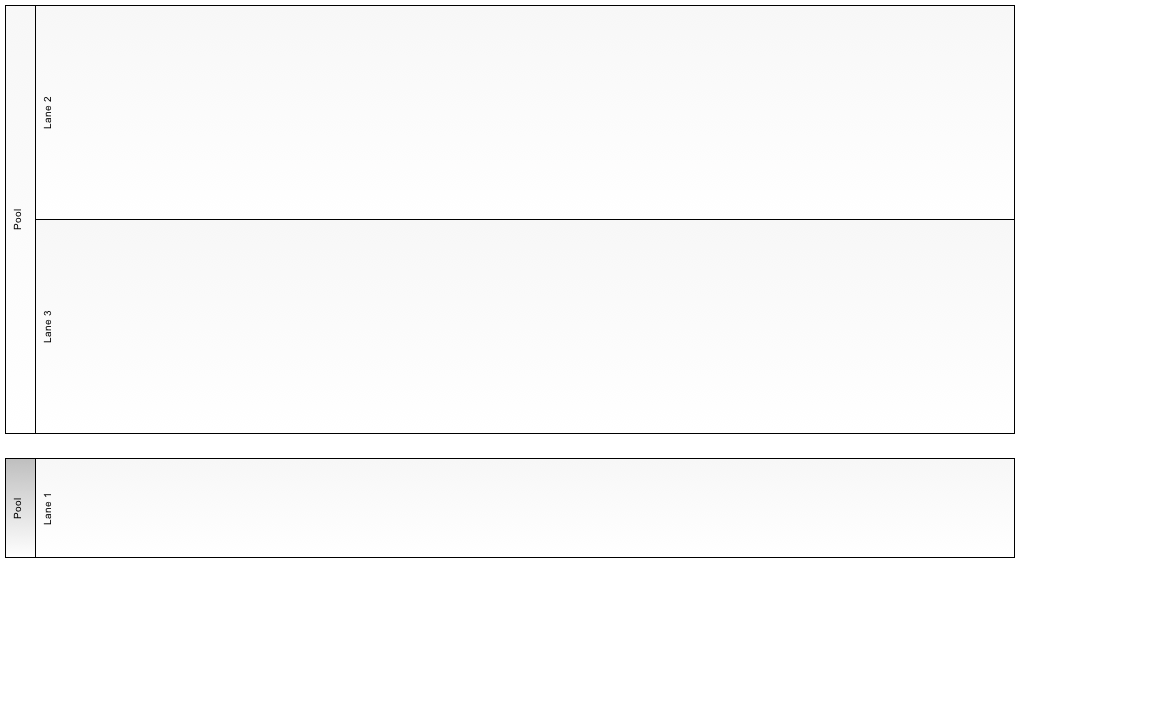
gheddie/bpmn20_examples keeps this BPMN diagram as change-process/src/main/resources/ChangeProcess.png. Above is the earlier version. Its source is kept beside it as change-process/src/main/resources/ChangeProcess.bpmn. Ids are renumbered.
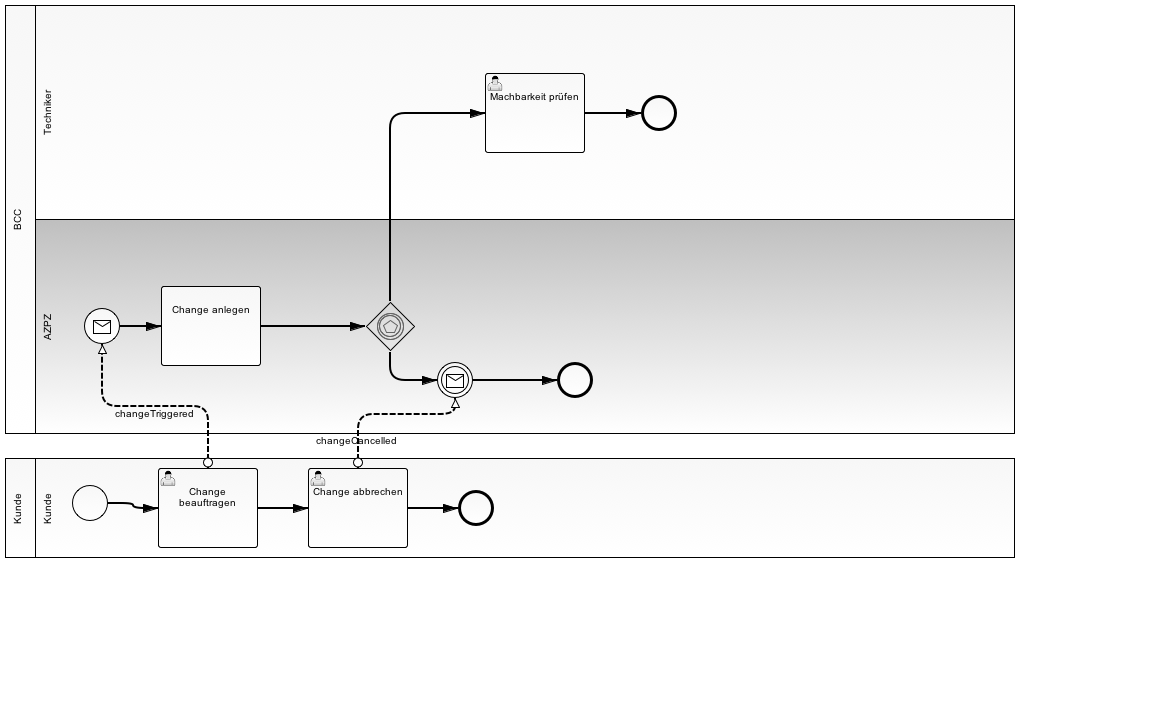
After the change.

Commit message:
first mockup of change process

What changed in the source:
```diff
@@ -1,19 +1,88 @@
-<bpmn2:definitions xmlns:xsi="http://www.w3.org/2001/XMLSchema-instance" xmlns:bpmn2="http://www.omg.org/spec/BPMN/20100524/MODEL" xmlns:bpmndi="http://www.omg.org/spec/BPMN/20100524/DI" xmlns:dc="http://www.omg.org/spec/DD/20100524/DC" xsi:schemaLocation="http://www.omg.org/spec/BPMN/20100524/MODEL BPMN20.xsd" id="_So1zEHVZEeOqS5fwk-ZFLQ" targetNamespace="http://activiti.org/bpmn">
+<bpmn2:definitions xmlns:xsi="http://www.w3.org/2001/XMLSchema-instance" xmlns:bpmn2="http://www.omg.org/spec/BPMN/20100524/MODEL" xmlns:bpmndi="http://www.omg.org/spec/BPMN/20100524/DI" xmlns:dc="http://www.omg.org/spec/DD/20100524/DC" xmlns:di="http://www.omg.org/spec/DD/20100524/DI" xsi:schemaLocation="http://www.omg.org/spec/BPMN/20100524/MODEL BPMN20.xsd" id="_So1zEHVZEeOqS5fwk-ZFLQ" targetNamespace="http://activiti.org/bpmn">
   <bpmn2:collaboration id="_Collaboration_3">
-    <bpmn2:participant id="_Participant_3" name="Pool" processRef="Process_1"/>
-    <bpmn2:participant id="Participant_1" name="Pool" processRef="Process_2"/>
+    <bpmn2:participant id="_Participant_3" name="BCC" processRef="changeFirmProcess"/>
+    <bpmn2:participant id="Participant_1" name="Kunde" processRef="changeCustomerProcess"/>
+    <bpmn2:messageFlow id="MessageFlow_1" name="changeTriggered" sourceRef="UserTask_1" targetRef="StartEvent_2"/>
+    <bpmn2:messageFlow id="MessageFlow_2" name="changeCancelled" sourceRef="UserTask_2" targetRef="IntermediateCatchEvent_1"/>
   </bpmn2:collaboration>
-  <bpmn2:process id="Process_1" isExecutable="false">
+  <bpmn2:process id="changeFirmProcess" name="Change firm process" isExecutable="true">
     <bpmn2:laneSet id="LaneSet_2" name="Lane Set 2">
-      <bpmn2:lane id="Lane_2" name="Lane 2"/>
-      <bpmn2:lane id="Lane_3" name="Lane 3"/>
+      <bpmn2:lane id="Lane_2" name="Techniker">
+        <bpmn2:flowNodeRef>EndEvent_3</bpmn2:flowNodeRef>
+        <bpmn2:flowNodeRef>UserTask_3</bpmn2:flowNodeRef>
+      </bpmn2:lane>
+      <bpmn2:lane id="Lane_3" name="AZPZ">
+        <bpmn2:flowNodeRef>StartEvent_2</bpmn2:flowNodeRef>
+        <bpmn2:flowNodeRef>EndEvent_2</bpmn2:flowNodeRef>
+        <bpmn2:flowNodeRef>IntermediateCatchEvent_1</bpmn2:flowNodeRef>
+        <bpmn2:flowNodeRef>EventBasedGateway_1</bpmn2:flowNodeRef>
+        <bpmn2:flowNodeRef>Task_1</bpmn2:flowNodeRef>
+      </bpmn2:lane>
     </bpmn2:laneSet>
+    <bpmn2:startEvent id="StartEvent_2">
+      <bpmn2:outgoing>SequenceFlow_2</bpmn2:outgoing>
+      <bpmn2:messageEventDefinition id="_MessageEventDefinition_2" messageRef="changeTriggered_id"/>
+    </bpmn2:startEvent>
+    <bpmn2:sequenceFlow id="SequenceFlow_2" name="" sourceRef="StartEvent_2" targetRef="Task_1"/>
+    <bpmn2:endEvent id="EndEvent_3">
+      <bpmn2:incoming>SequenceFlow_8</bpmn2:incoming>
+    </bpmn2:endEvent>
+    <bpmn2:userTask id="UserTask_3" name="Machbarkeit prüfen">
+      <bpmn2:incoming>SequenceFlow_6</bpmn2:incoming>
+      <bpmn2:outgoing>SequenceFlow_8</bpmn2:outgoing>
+    </bpmn2:userTask>
+    <bpmn2:sequenceFlow id="SequenceFlow_8" name="" sourceRef="UserTask_3" targetRef="EndEvent_3"/>
+    <bpmn2:endEvent id="EndEvent_2">
+      <bpmn2:incoming>SequenceFlow_7</bpmn2:incoming>
+    </bpmn2:endEvent>
+    <bpmn2:intermediateCatchEvent id="IntermediateCatchEvent_1">
+      <bpmn2:incoming>SequenceFlow_3</bpmn2:incoming>
+      <bpmn2:outgoing>SequenceFlow_7</bpmn2:outgoing>
+      <bpmn2:messageEventDefinition id="_MessageEventDefinition_3" messageRef="changeCancelled_id"/>
+    </bpmn2:intermediateCatchEvent>
+    <bpmn2:sequenceFlow id="SequenceFlow_7" name="" sourceRef="IntermediateCatchEvent_1" targetRef="EndEvent_2"/>
+    <bpmn2:eventBasedGateway id="EventBasedGateway_1">
+      <bpmn2:incoming>SequenceFlow_9</bpmn2:incoming>
+      <bpmn2:outgoing>SequenceFlow_3</bpmn2:outgoing>
+      <bpmn2:outgoing>SequenceFlow_6</bpmn2:outgoing>
+    </bpmn2:eventBasedGateway>
+    <bpmn2:sequenceFlow id="SequenceFlow_3" name="" sourceRef="EventBasedGateway_1" targetRef="IntermediateCatchEvent_1"/>
+    <bpmn2:sequenceFlow id="SequenceFlow_6" name="" sourceRef="EventBasedGateway_1" targetRef="UserTask_3"/>
+    <bpmn2:task id="Task_1" name="Change anlegen">
+      <bpmn2:incoming>SequenceFlow_2</bpmn2:incoming>
+      <bpmn2:outgoing>SequenceFlow_9</bpmn2:outgoing>
+    </bpmn2:task>
+    <bpmn2:sequenceFlow id="SequenceFlow_9" name="" sourceRef="Task_1" targetRef="EventBasedGateway_1"/>
   </bpmn2:process>
-  <bpmn2:process id="Process_2" isExecutable="false">
+  <bpmn2:process id="changeCustomerProcess" name="Change customer process" isExecutable="true">
     <bpmn2:laneSet id="LaneSet_1" name="Lane Set 1">
-      <bpmn2:lane id="Lane_1" name="Lane 1"/>
+      <bpmn2:lane id="Lane_1" name="Kunde">
+        <bpmn2:flowNodeRef>StartEvent_1</bpmn2:flowNodeRef>
+        <bpmn2:flowNodeRef>UserTask_1</bpmn2:flowNodeRef>
+        <bpmn2:flowNodeRef>UserTask_2</bpmn2:flowNodeRef>
+        <bpmn2:flowNodeRef>EndEvent_1</bpmn2:flowNodeRef>
+      </bpmn2:lane>
     </bpmn2:laneSet>
+    <bpmn2:startEvent id="StartEvent_1">
+      <bpmn2:outgoing>SequenceFlow_1</bpmn2:outgoing>
+    </bpmn2:startEvent>
+    <bpmn2:userTask id="UserTask_1" name="Change beauftragen">
+      <bpmn2:incoming>SequenceFlow_1</bpmn2:incoming>
+      <bpmn2:outgoing>SequenceFlow_4</bpmn2:outgoing>
+    </bpmn2:userTask>
+    <bpmn2:sequenceFlow id="SequenceFlow_1" name="" sourceRef="StartEvent_1" targetRef="UserTask_1"/>
+    <bpmn2:userTask id="UserTask_2" name="Change abbrechen">
+      <bpmn2:incoming>SequenceFlow_4</bpmn2:incoming>
+      <bpmn2:outgoing>SequenceFlow_5</bpmn2:outgoing>
+    </bpmn2:userTask>
+    <bpmn2:sequenceFlow id="SequenceFlow_4" name="" sourceRef="UserTask_1" targetRef="UserTask_2"/>
+    <bpmn2:endEvent id="EndEvent_1">
+      <bpmn2:incoming>SequenceFlow_5</bpmn2:incoming>
+    </bpmn2:endEvent>
+    <bpmn2:sequenceFlow id="SequenceFlow_5" name="" sourceRef="UserTask_2" targetRef="EndEvent_1"/>
   </bpmn2:process>
+  <bpmn2:message id="changeTriggered_id" name="changeTriggered"/>
+  <bpmn2:message id="changeCancelled_id" name="changeCancelled"/>
   <bpmndi:BPMNDiagram id="BPMNDiagram_1">
     <bpmndi:BPMNPlane id="BPMNPlane_1" bpmnElement="_Collaboration_3">
       <bpmndi:BPMNShape id="_BPMNShape_Participant_4" bpmnElement="_Participant_3" isHorizontal="true">
@@ -31,6 +100,122 @@
       <bpmndi:BPMNShape id="_BPMNShape_Lane_9" bpmnElement="Lane_3" isHorizontal="true">
         <dc:Bounds height="215.0" width="980.0" x="30.0" y="214.0"/>
       </bpmndi:BPMNShape>
+      <bpmndi:BPMNShape id="_BPMNShape_StartEvent_5" bpmnElement="StartEvent_1">
+        <dc:Bounds height="36.0" width="36.0" x="67.0" y="480.0"/>
+      </bpmndi:BPMNShape>
+      <bpmndi:BPMNShape id="_BPMNShape_UserTask_9" bpmnElement="UserTask_1">
+        <dc:Bounds height="80.0" width="100.0" x="153.0" y="463.0"/>
+      </bpmndi:BPMNShape>
+      <bpmndi:BPMNEdge id="BPMNEdge_SequenceFlow_1" bpmnElement="SequenceFlow_1" sourceElement="_BPMNShape_StartEvent_5" targetElement="_BPMNShape_UserTask_9">
+        <di:waypoint xsi:type="dc:Point" x="103.0" y="498.0"/>
+        <di:waypoint xsi:type="dc:Point" x="128.0" y="498.0"/>
+        <di:waypoint xsi:type="dc:Point" x="128.0" y="503.0"/>
+        <di:waypoint xsi:type="dc:Point" x="153.0" y="503.0"/>
+      </bpmndi:BPMNEdge>
+      <bpmndi:BPMNShape id="_BPMNShape_StartEvent_6" bpmnElement="StartEvent_2">
+        <dc:Bounds height="36.0" width="36.0" x="79.0" y="303.0"/>
+      </bpmndi:BPMNShape>
+      <bpmndi:BPMNEdge id="BPMNEdge_MessageFlow_1" bpmnElement="MessageFlow_1" sourceElement="_BPMNShape_UserTask_9" targetElement="_BPMNShape_StartEvent_6">
+        <di:waypoint xsi:type="dc:Point" x="203.0" y="463.0"/>
+        <di:waypoint xsi:type="dc:Point" x="203.0" y="401.0"/>
+        <di:waypoint xsi:type="dc:Point" x="97.0" y="401.0"/>
+        <di:waypoint xsi:type="dc:Point" x="97.0" y="339.0"/>
+      </bpmndi:BPMNEdge>
+      <bpmndi:BPMNShape id="_BPMNShape_EventBasedGateway_2" bpmnElement="EventBasedGateway_1">
+        <dc:Bounds height="50.0" width="50.0" x="360.0" y="296.0"/>
+        <bpmndi:BPMNLabel>
+          <dc:Bounds height="0.0" width="0.0" x="385.0" y="351.0"/>
+        </bpmndi:BPMNLabel>
+      </bpmndi:BPMNShape>
+      <bpmndi:BPMNEdge id="BPMNEdge_SequenceFlow_2" bpmnElement="SequenceFlow_2" sourceElement="_BPMNShape_StartEvent_6" targetElement="_BPMNShape_Task_2">
+        <di:waypoint xsi:type="dc:Point" x="115.0" y="321.0"/>
+        <di:waypoint xsi:type="dc:Point" x="156.0" y="321.0"/>
+        <bpmndi:BPMNLabel>
+          <dc:Bounds height="6.0" width="6.0" x="115.0" y="321.0"/>
+        </bpmndi:BPMNLabel>
+      </bpmndi:BPMNEdge>
+      <bpmndi:BPMNShape id="_BPMNShape_IntermediateCatchEvent_2" bpmnElement="IntermediateCatchEvent_1">
+        <dc:Bounds height="36.0" width="36.0" x="432.0" y="357.0"/>
+        <bpmndi:BPMNLabel>
+          <dc:Bounds height="0.0" width="0.0" x="450.0" y="398.0"/>
+        </bpmndi:BPMNLabel>
+      </bpmndi:BPMNShape>
+      <bpmndi:BPMNEdge id="BPMNEdge_SequenceFlow_3" bpmnElement="SequenceFlow_3" sourceElement="_BPMNShape_EventBasedGateway_2" targetElement="_BPMNShape_IntermediateCatchEvent_2">
+        <di:waypoint xsi:type="dc:Point" x="385.0" y="346.0"/>
+        <di:waypoint xsi:type="dc:Point" x="385.0" y="375.0"/>
+        <di:waypoint xsi:type="dc:Point" x="432.0" y="375.0"/>
+        <bpmndi:BPMNLabel>
+          <dc:Bounds height="6.0" width="6.0" x="382.0" y="371.0"/>
+        </bpmndi:BPMNLabel>
+      </bpmndi:BPMNEdge>
+      <bpmndi:BPMNShape id="_BPMNShape_UserTask_10" bpmnElement="UserTask_2">
+        <dc:Bounds height="80.0" width="100.0" x="303.0" y="463.0"/>
+      </bpmndi:BPMNShape>
+      <bpmndi:BPMNEdge id="BPMNEdge_SequenceFlow_4" bpmnElement="SequenceFlow_4" sourceElement="_BPMNShape_UserTask_9" targetElement="_BPMNShape_UserTask_10">
+        <di:waypoint xsi:type="dc:Point" x="253.0" y="503.0"/>
+        <di:waypoint xsi:type="dc:Point" x="303.0" y="503.0"/>
+      </bpmndi:BPMNEdge>
+      <bpmndi:BPMNShape id="_BPMNShape_EndEvent_5" bpmnElement="EndEvent_1">
+        <dc:Bounds height="36.0" width="36.0" x="453.0" y="485.0"/>
+      </bpmndi:BPMNShape>
+      <bpmndi:BPMNEdge id="BPMNEdge_SequenceFlow_5" bpmnElement="SequenceFlow_5" sourceElement="_BPMNShape_UserTask_10" targetElement="_BPMNShape_EndEvent_5">
+        <di:waypoint xsi:type="dc:Point" x="403.0" y="503.0"/>
+        <di:waypoint xsi:type="dc:Point" x="453.0" y="503.0"/>
+      </bpmndi:BPMNEdge>
+      <bpmndi:BPMNShape id="_BPMNShape_UserTask_11" bpmnElement="UserTask_3">
+        <dc:Bounds height="80.0" width="100.0" x="480.0" y="68.0"/>
+      </bpmndi:BPMNShape>
+      <bpmndi:BPMNEdge id="BPMNEdge_SequenceFlow_6" bpmnElement="SequenceFlow_6" sourceElement="_BPMNShape_EventBasedGateway_2" targetElement="_BPMNShape_UserTask_11">
+        <di:waypoint xsi:type="dc:Point" x="385.0" y="296.0"/>
+        <di:waypoint xsi:type="dc:Point" x="385.0" y="177.0"/>
+        <di:waypoint xsi:type="dc:Point" x="385.0" y="108.0"/>
+        <di:waypoint xsi:type="dc:Point" x="480.0" y="108.0"/>
+        <bpmndi:BPMNLabel>
+          <dc:Bounds height="6.0" width="6.0" x="382.0" y="242.0"/>
+        </bpmndi:BPMNLabel>
+      </bpmndi:BPMNEdge>
+      <bpmndi:BPMNShape id="_BPMNShape_EndEvent_6" bpmnElement="EndEvent_2">
+        <dc:Bounds height="36.0" width="36.0" x="552.0" y="357.0"/>
+        <bpmndi:BPMNLabel>
+          <dc:Bounds height="0.0" width="0.0" x="570.0" y="398.0"/>
+        </bpmndi:BPMNLabel>
+      </bpmndi:BPMNShape>
+      <bpmndi:BPMNEdge id="BPMNEdge_SequenceFlow_7" bpmnElement="SequenceFlow_7" sourceElement="_BPMNShape_IntermediateCatchEvent_2" targetElement="_BPMNShape_EndEvent_6">
+        <di:waypoint xsi:type="dc:Point" x="468.0" y="375.0"/>
+        <di:waypoint xsi:type="dc:Point" x="552.0" y="375.0"/>
+        <bpmndi:BPMNLabel>
+          <dc:Bounds height="6.0" width="6.0" x="490.0" y="375.0"/>
+        </bpmndi:BPMNLabel>
+      </bpmndi:BPMNEdge>
+      <bpmndi:BPMNShape id="_BPMNShape_EndEvent_7" bpmnElement="EndEvent_3">
+        <dc:Bounds height="36.0" width="36.0" x="636.0" y="90.0"/>
+        <bpmndi:BPMNLabel>
+          <dc:Bounds height="0.0" width="0.0" x="654.0" y="131.0"/>
+        </bpmndi:BPMNLabel>
+      </bpmndi:BPMNShape>
+      <bpmndi:BPMNEdge id="BPMNEdge_SequenceFlow_8" bpmnElement="SequenceFlow_8" sourceElement="_BPMNShape_UserTask_11" targetElement="_BPMNShape_EndEvent_7">
+        <di:waypoint xsi:type="dc:Point" x="580.0" y="108.0"/>
+        <di:waypoint xsi:type="dc:Point" x="636.0" y="108.0"/>
+        <bpmndi:BPMNLabel>
+          <dc:Bounds height="6.0" width="6.0" x="602.0" y="108.0"/>
+        </bpmndi:BPMNLabel>
+      </bpmndi:BPMNEdge>
+      <bpmndi:BPMNEdge id="BPMNEdge_MessageFlow_2" bpmnElement="MessageFlow_2" sourceElement="_BPMNShape_UserTask_10" targetElement="_BPMNShape_IntermediateCatchEvent_2">
+        <di:waypoint xsi:type="dc:Point" x="353.0" y="463.0"/>
+        <di:waypoint xsi:type="dc:Point" x="353.0" y="409.0"/>
+        <di:waypoint xsi:type="dc:Point" x="450.0" y="409.0"/>
+        <di:waypoint xsi:type="dc:Point" x="450.0" y="393.0"/>
+        <bpmndi:BPMNLabel>
+          <dc:Bounds height="17.0" width="87.0" x="309.0" y="428.0"/>
+        </bpmndi:BPMNLabel>
+      </bpmndi:BPMNEdge>
+      <bpmndi:BPMNShape id="_BPMNShape_Task_2" bpmnElement="Task_1">
+        <dc:Bounds height="80.0" width="100.0" x="156.0" y="281.0"/>
+      </bpmndi:BPMNShape>
+      <bpmndi:BPMNEdge id="BPMNEdge_SequenceFlow_9" bpmnElement="SequenceFlow_9" sourceElement="_BPMNShape_Task_2" targetElement="_BPMNShape_EventBasedGateway_2">
+        <di:waypoint xsi:type="dc:Point" x="256.0" y="321.0"/>
+        <di:waypoint xsi:type="dc:Point" x="360.0" y="321.0"/>
+      </bpmndi:BPMNEdge>
     </bpmndi:BPMNPlane>
   </bpmndi:BPMNDiagram>
 </bpmn2:definitions>
```
